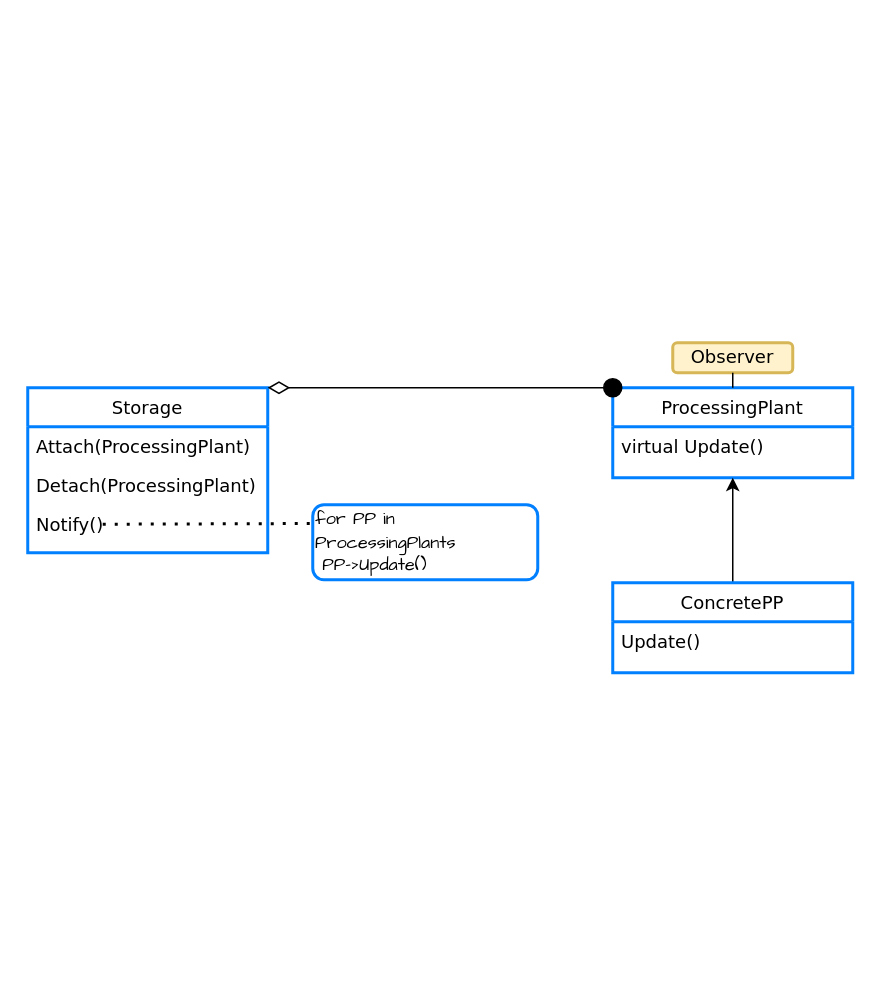
Above: SEhw1.drawio in PtilopsisL/drawio (draw.io), before the change. Source tidied: cells renumbered, new cells numbered last; positions are measured from the earlier drawing's top-left corner, leaving out a move shared by most shapes. Both pictures are drawn from the tidied source at 150%, with x=0, y=0 at pixel (27, 342).
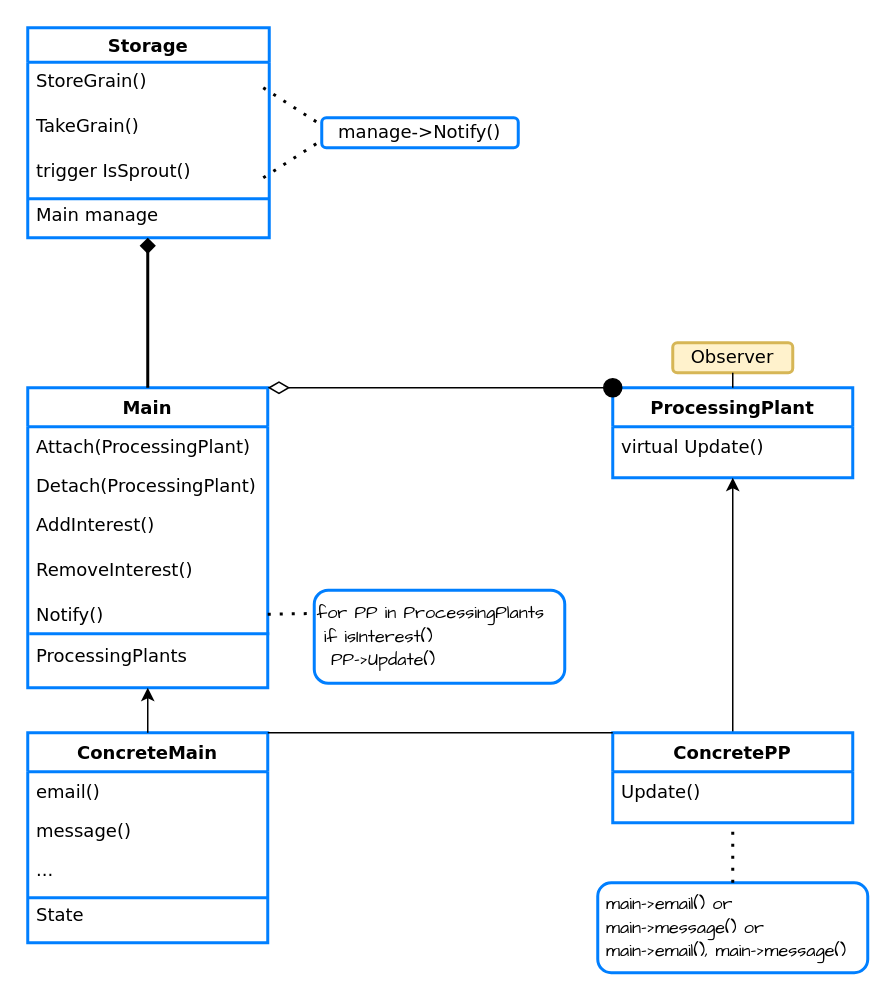
The same diagram, later.

Change to the diagram source:
```diff
@@
-    <mxCell id="2" value="Storage" style="swimlane;fontStyle=0;align=center;verticalAlign=top;horizontal=1;startSize=26;rounded=0;shadow=0;strokeWidth=2;strokeColor=#007FFF;fontFamily=Verdana;" parent="1" vertex="1">
-      <mxGeometry y="30" width="160" height="110" as="geometry" />
+    <mxCell id="2" value="Main" style="swimlane;fontStyle=1;align=center;verticalAlign=top;horizontal=1;startSize=26;rounded=0;shadow=0;strokeWidth=2;strokeColor=#007FFF;fontFamily=Verdana;" parent="1" vertex="1">
+      <mxGeometry y="30" width="160" height="200" as="geometry" />
     </mxCell>
@@
+    <mxCell id="16" value="AddInterest()" style="text;strokeColor=none;fillColor=none;align=left;verticalAlign=top;rounded=0;fontFamily=Verdana;spacingLeft=4;" parent="2" vertex="1">
+      <mxGeometry y="78" width="160" height="30" as="geometry" />
+    </mxCell>
+    <mxCell id="17" value="RemoveInterest()" style="text;html=1;strokeColor=none;fillColor=none;align=left;verticalAlign=top;whiteSpace=wrap;rounded=0;fontFamily=Verdana;spacingLeft=4;" parent="2" vertex="1">
+      <mxGeometry y="108" width="160" height="30" as="geometry" />
+    </mxCell>
     <mxCell id="5" value="Notify()" style="text;align=left;verticalAlign=top;spacingLeft=4;spacingRight=4;overflow=hidden;points=[[0,0.5],[1,0.5]];portConstraint=eastwest;rounded=0;shadow=0;html=0;fontFamily=Verdana;" parent="2" vertex="1">
-      <mxGeometry y="78" width="160" height="26" as="geometry" />
+      <mxGeometry y="138" width="160" height="26" as="geometry" />
     </mxCell>
-    <mxCell id="6" style="endArrow=none;dashed=1;html=1;dashPattern=1 3;strokeWidth=2;rounded=0;entryX=0;entryY=0.25;entryDx=0;entryDy=0;" parent="2" edge="1" target="9">
-      <mxGeometry relative="1" as="geometry">
-        <mxPoint x="50" y="91" as="sourcePoint" />
-      </mxGeometry>
-    </mxCell>
+    <mxCell id="18" style="endArrow=none;html=1;rounded=0;fontFamily=Verdana;strokeColor=#007FFF;strokeWidth=2;" parent="2" edge="1">
+      <mxGeometry relative="1" as="geometry">
+        <mxPoint x="1" y="164" as="sourcePoint" />
+        <mxPoint x="161" y="164" as="targetPoint" />
+      </mxGeometry>
+    </mxCell>
+    <mxCell id="19" value="ProcessingPlants" style="text;html=1;strokeColor=none;fillColor=none;align=left;verticalAlign=middle;whiteSpace=wrap;rounded=0;fontFamily=Verdana;spacingLeft=4;" parent="2" vertex="1">
+      <mxGeometry y="164" width="160" height="30" as="geometry" />
+    </mxCell>
-    <mxCell id="7" value="ProcessingPlant" style="swimlane;fontStyle=0;align=center;verticalAlign=top;horizontal=1;startSize=26;rounded=0;shadow=0;strokeWidth=2;strokeColor=#007FFF;fontFamily=Verdana;" parent="1" vertex="1">
+    <mxCell id="7" value="ProcessingPlant" style="swimlane;fontStyle=1;align=center;verticalAlign=top;horizontal=1;startSize=26;rounded=0;shadow=0;strokeWidth=2;strokeColor=#007FFF;fontFamily=Verdana;" parent="1" vertex="1">
       <mxGeometry x="390" y="30" width="160" height="60" as="geometry" />
     </mxCell>
@@
-    <mxCell id="9" value="&lt;font face=&quot;Comic Sans MS&quot;&gt;for PP in ProcessingPlants&lt;br&gt;&lt;span style=&quot;white-space: pre&quot;&gt;&lt;span style=&quot;white-space: pre&quot;&gt; &lt;/span&gt;PP-&amp;gt;Update()&lt;/span&gt;&lt;/font&gt;" style="rounded=1;whiteSpace=wrap;html=1;align=left;strokeColor=#007FFF;strokeWidth=2;" parent="1" vertex="1">
-      <mxGeometry x="190" y="108" width="150" height="50" as="geometry" />
+    <mxCell id="9" value="&lt;font face=&quot;Comic Sans MS&quot;&gt;for PP in ProcessingPlants&lt;br&gt;&lt;span style=&quot;white-space: pre&quot;&gt;&lt;span style=&quot;white-space: pre&quot;&gt;&lt;span style=&quot;white-space: pre&quot;&gt; if isInterest()&lt;/span&gt;&lt;br/&gt;&lt;/span&gt;&lt;span style=&quot;white-space: pre&quot;&gt; &lt;span style=&quot;white-space: pre&quot;&gt; &lt;/span&gt;&lt;/span&gt;PP-&amp;gt;Update()&lt;/span&gt;&lt;/font&gt;" style="rounded=1;whiteSpace=wrap;html=1;align=left;strokeColor=#007FFF;strokeWidth=2;" parent="1" vertex="1">
+      <mxGeometry x="191" y="165" width="167" height="62" as="geometry" />
     </mxCell>
@@
-    <mxCell id="14" value="ConcretePP" style="swimlane;fontStyle=0;align=center;verticalAlign=top;horizontal=1;startSize=26;rounded=0;shadow=0;strokeWidth=2;strokeColor=#007FFF;fontFamily=Verdana;" parent="1" vertex="1">
-      <mxGeometry x="390" y="160" width="160" height="60" as="geometry" />
+    <mxCell id="14" value="ConcretePP" style="swimlane;fontStyle=1;align=center;verticalAlign=top;horizontal=1;startSize=26;rounded=0;shadow=0;strokeWidth=2;strokeColor=#007FFF;fontFamily=Verdana;" parent="1" vertex="1">
+      <mxGeometry x="390" y="260" width="160" height="60" as="geometry" />
     </mxCell>
@@
+    <mxCell id="20" value="Storage" style="swimlane;fontFamily=Verdana;strokeColor=#007FFF;strokeWidth=2;" parent="1" vertex="1">
+      <mxGeometry y="-210" width="161" height="140" as="geometry" />
+    </mxCell>
+    <mxCell id="21" value="trigger IsSprout()" style="text;strokeColor=none;fillColor=none;align=left;verticalAlign=middle;spacingLeft=4;spacingRight=4;overflow=hidden;points=[[0,0.5],[1,0.5]];portConstraint=eastwest;fontFamily=Verdana;" parent="20" vertex="1">
+      <mxGeometry y="80" width="200" height="30" as="geometry" />
+    </mxCell>
+    <mxCell id="22" value="StoreGrain()" style="text;strokeColor=none;fillColor=none;align=left;verticalAlign=middle;spacingLeft=4;spacingRight=4;overflow=hidden;points=[[0,0.5],[1,0.5]];portConstraint=eastwest;fontFamily=Verdana;" parent="20" vertex="1">
+      <mxGeometry y="20" width="200" height="30" as="geometry" />
+    </mxCell>
+    <mxCell id="23" value="TakeGrain()" style="text;strokeColor=none;fillColor=none;align=left;verticalAlign=middle;spacingLeft=4;spacingRight=4;overflow=hidden;fontFamily=Verdana;" parent="20" vertex="1">
+      <mxGeometry y="50" width="200" height="30" as="geometry" />
+    </mxCell>
+    <mxCell id="24" style="endArrow=none;html=1;rounded=0;fontFamily=Verdana;exitX=0;exitY=1.133;exitDx=0;exitDy=0;exitPerimeter=0;strokeColor=#007FFF;strokeWidth=2;" parent="20" edge="1" source="21">
+      <mxGeometry relative="1" as="geometry">
+        <mxPoint x="161" y="114" as="targetPoint" />
+      </mxGeometry>
+    </mxCell>
+    <mxCell id="25" value="Main manage" style="text;html=1;strokeColor=none;fillColor=none;align=left;verticalAlign=middle;whiteSpace=wrap;rounded=0;fontFamily=Verdana;spacingLeft=4;" parent="20" vertex="1">
+      <mxGeometry y="110" width="160" height="30" as="geometry" />
+    </mxCell>
+    <mxCell id="6" style="endArrow=none;dashed=1;html=1;dashPattern=1 3;strokeWidth=2;rounded=0;entryX=0;entryY=0.25;entryDx=0;entryDy=0;exitX=1;exitY=0.5;exitDx=0;exitDy=0;" parent="1" edge="1" source="5" target="9">
+      <mxGeometry relative="1" as="geometry" />
+    </mxCell>
+    <mxCell id="26" style="endArrow=none;dashed=1;html=1;dashPattern=1 3;strokeWidth=2;rounded=0;fontFamily=Verdana;exitX=0.785;exitY=0.667;exitDx=0;exitDy=0;exitPerimeter=0;entryX=0;entryY=0.25;entryDx=0;entryDy=0;" parent="1" edge="1" source="22" target="28">
+      <mxGeometry relative="1" as="geometry" />
+    </mxCell>
+    <mxCell id="27" style="endArrow=none;dashed=1;html=1;dashPattern=1 3;strokeWidth=2;rounded=0;fontFamily=Verdana;exitX=0.785;exitY=0.667;exitDx=0;exitDy=0;exitPerimeter=0;entryX=0;entryY=0.75;entryDx=0;entryDy=0;" parent="1" edge="1" source="21" target="28">
+      <mxGeometry relative="1" as="geometry" />
+    </mxCell>
+    <mxCell id="28" value="manage-&amp;gt;Notify()" style="rounded=1;whiteSpace=wrap;html=1;fontFamily=Verdana;strokeColor=#007FFF;strokeWidth=2;" parent="1" vertex="1">
+      <mxGeometry x="196" y="-150" width="131" height="20" as="geometry" />
+    </mxCell>
+    <mxCell id="29" style="endArrow=diamond;html=1;rounded=0;fontFamily=Verdana;strokeColor=#000000;strokeWidth=2;exitX=0.5;exitY=0;exitDx=0;exitDy=0;entryX=0.5;entryY=1;entryDx=0;entryDy=0;endFill=1;" parent="1" edge="1" source="2" target="25">
+      <mxGeometry relative="1" as="geometry" />
+    </mxCell>
+    <mxCell id="30" value="ConcreteMain" style="swimlane;fontStyle=1;align=center;verticalAlign=top;horizontal=1;startSize=26;rounded=0;shadow=0;strokeWidth=2;strokeColor=#007FFF;fontFamily=Verdana;" parent="1" vertex="1">
+      <mxGeometry y="260" width="160" height="140" as="geometry" />
+    </mxCell>
+    <mxCell id="31" value="email()" style="text;align=left;verticalAlign=top;spacingLeft=4;spacingRight=4;overflow=hidden;fontFamily=Verdana;" parent="30" vertex="1">
+      <mxGeometry y="26" width="160" height="26" as="geometry" />
+    </mxCell>
+    <mxCell id="32" value="message()" style="text;align=left;verticalAlign=top;spacingLeft=4;spacingRight=4;overflow=hidden;rounded=0;shadow=0;html=0;fontFamily=Verdana;" parent="30" vertex="1">
+      <mxGeometry y="52" width="160" height="26" as="geometry" />
+    </mxCell>
+    <mxCell id="33" value="..." style="text;strokeColor=none;fillColor=none;align=left;verticalAlign=top;rounded=0;fontFamily=Verdana;spacingLeft=4;" parent="30" vertex="1">
+      <mxGeometry y="78" width="160" height="30" as="geometry" />
+    </mxCell>
+    <mxCell id="34" style="endArrow=none;html=1;rounded=0;fontFamily=Verdana;strokeColor=#007FFF;strokeWidth=2;" parent="30" edge="1">
+      <mxGeometry relative="1" as="geometry">
+        <mxPoint y="110" as="sourcePoint" />
+        <mxPoint x="160" y="110" as="targetPoint" />
+      </mxGeometry>
+    </mxCell>
+    <mxCell id="35" value="State" style="text;strokeColor=none;fillColor=none;align=left;verticalAlign=top;rounded=0;fontFamily=Verdana;spacingLeft=4;" parent="30" vertex="1">
+      <mxGeometry y="108" width="160" height="30" as="geometry" />
+    </mxCell>
+    <mxCell id="36" style="endArrow=classic;html=1;rounded=0;fontFamily=Verdana;exitX=0.5;exitY=0;exitDx=0;exitDy=0;entryX=0.5;entryY=1;entryDx=0;entryDy=0;" parent="1" edge="1" source="30" target="2">
+      <mxGeometry relative="1" as="geometry" />
+    </mxCell>
+    <mxCell id="37" value="&lt;font face=&quot;Comic Sans MS&quot;&gt;main-&amp;gt;email() or&lt;br&gt;main-&amp;gt;message() or&lt;br&gt;main-&amp;gt;email(), main-&amp;gt;message()&lt;/font&gt;" style="rounded=1;whiteSpace=wrap;html=1;align=left;strokeColor=#007FFF;strokeWidth=2;spacingLeft=4;" parent="1" vertex="1">
+      <mxGeometry x="380" y="360" width="180" height="60" as="geometry" />
+    </mxCell>
+    <mxCell id="38" style="endArrow=none;dashed=1;html=1;dashPattern=1 3;strokeWidth=2;rounded=0;fontFamily=Verdana;exitX=0.5;exitY=0;exitDx=0;exitDy=0;entryX=0.5;entryY=1;entryDx=0;entryDy=0;" parent="1" edge="1" source="37" target="14">
+      <mxGeometry relative="1" as="geometry" />
+    </mxCell>
+    <mxCell id="39" style="endArrow=none;html=1;rounded=0;fontFamily=Verdana;strokeColor=#000000;strokeWidth=1;exitX=1;exitY=0;exitDx=0;exitDy=0;entryX=0;entryY=0;entryDx=0;entryDy=0;fontColor=#000000;" parent="1" edge="1" source="30" target="14">
+      <mxGeometry relative="1" as="geometry" />
+    </mxCell>
```
